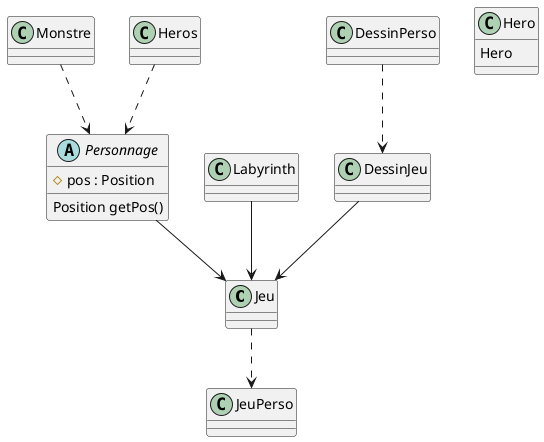
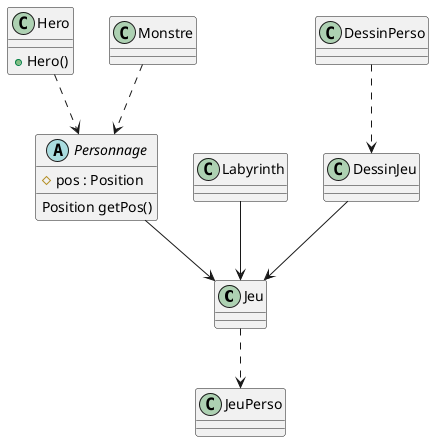
@startuml
'https://plantuml.com/class-diagram

class Jeu

abstract Personnage{
#pos : Position

  Position getPos()

}
class Hero{
- Hero
+ + Hero()
}
class Monstre{
}

class Labyrinth{

}

class DessinPerso{
}
class DessinJeu{
}

class JeuPerso{
}

- Heros ..> Personnage
+ Hero ..> Personnage
Monstre ..> Personnage
Personnage --> Jeu
Labyrinth --> Jeu
Jeu ..> JeuPerso
DessinPerso..>DessinJeu
DessinJeu-->Jeu


@enduml